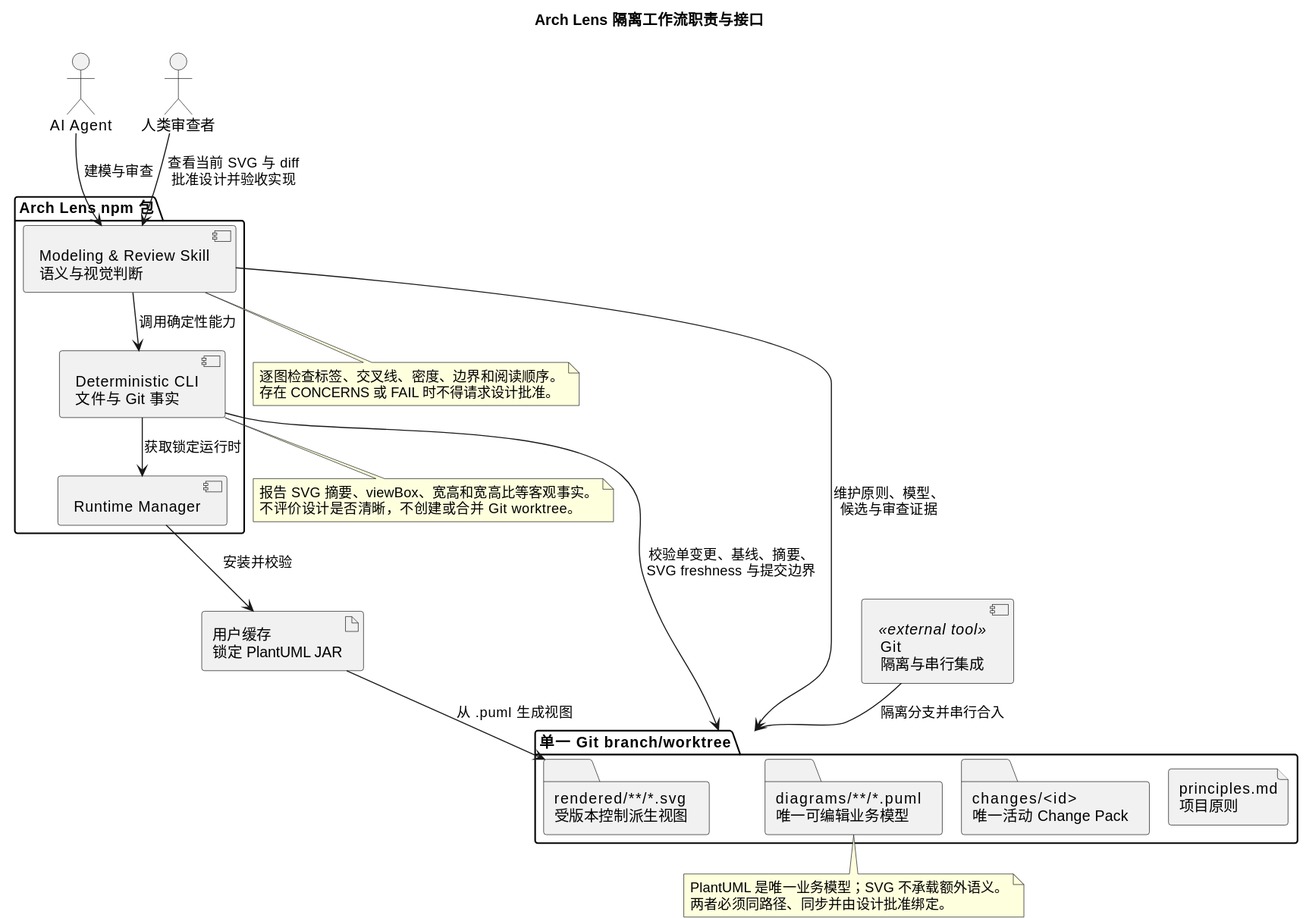
Above: .arch-lens/rendered/runtime-responsibilities.component.svg in spec-alchemy/arch-lens (PlantUML), before the change. Source of this version:
```plantuml
@startuml
title Arch Lens 隔离工作流职责与接口
!pragma layout smetana
top to bottom direction

actor "AI Agent" as Agent
actor "人类审查者" as Reviewer

package "Arch Lens npm 包" as Product {
  component "Modeling & Review Skill\n语义与视觉判断" as Skill
  component "Deterministic CLI\n文件与 Git 事实" as CLI
  component "Runtime Manager" as RuntimeManager
}

package "单一 Git branch/worktree" as Worktree {
  file "principles.md\n项目原则" as Principles
  folder "changes/<id>\n唯一活动 Change Pack" as Change
  folder "diagrams/**/*.puml\n唯一可编辑业务模型" as Diagrams
  folder "rendered/**/*.svg\n受版本控制派生视图" as SVG
}

component "Git\n隔离与串行集成" as Git <<external tool>>
artifact "用户缓存\n锁定 PlantUML JAR" as ManagedPlantUML

Agent --> Skill : 建模与审查
Reviewer --> Skill : 查看当前 SVG 与 diff\n批准设计并验收实现
Skill --> CLI : 调用确定性能力
CLI --> RuntimeManager : 获取锁定运行时
RuntimeManager --> ManagedPlantUML : 安装并校验

Skill --> Worktree : 维护原则、模型、\n候选与审查证据
CLI --> Worktree : 校验单变更、基线、摘要、\nSVG freshness 与提交边界
ManagedPlantUML --> SVG : 从 .puml 生成视图
Git --> Worktree : 隔离分支并串行合入

note bottom of Skill
  逐图检查标签、交叉线、密度、边界和阅读顺序。
  存在 CONCERNS 或 FAIL 时不得请求设计批准。
end note

note bottom of CLI
  报告 SVG 摘要、viewBox、宽高和宽高比等客观事实。
  不评价设计是否清晰，不创建或合并 Git worktree。
end note

note bottom of Diagrams
  PlantUML 是唯一业务模型；SVG 不承载额外语义。
  两者必须同路径、同步并由设计批准绑定。
end note
@enduml
```
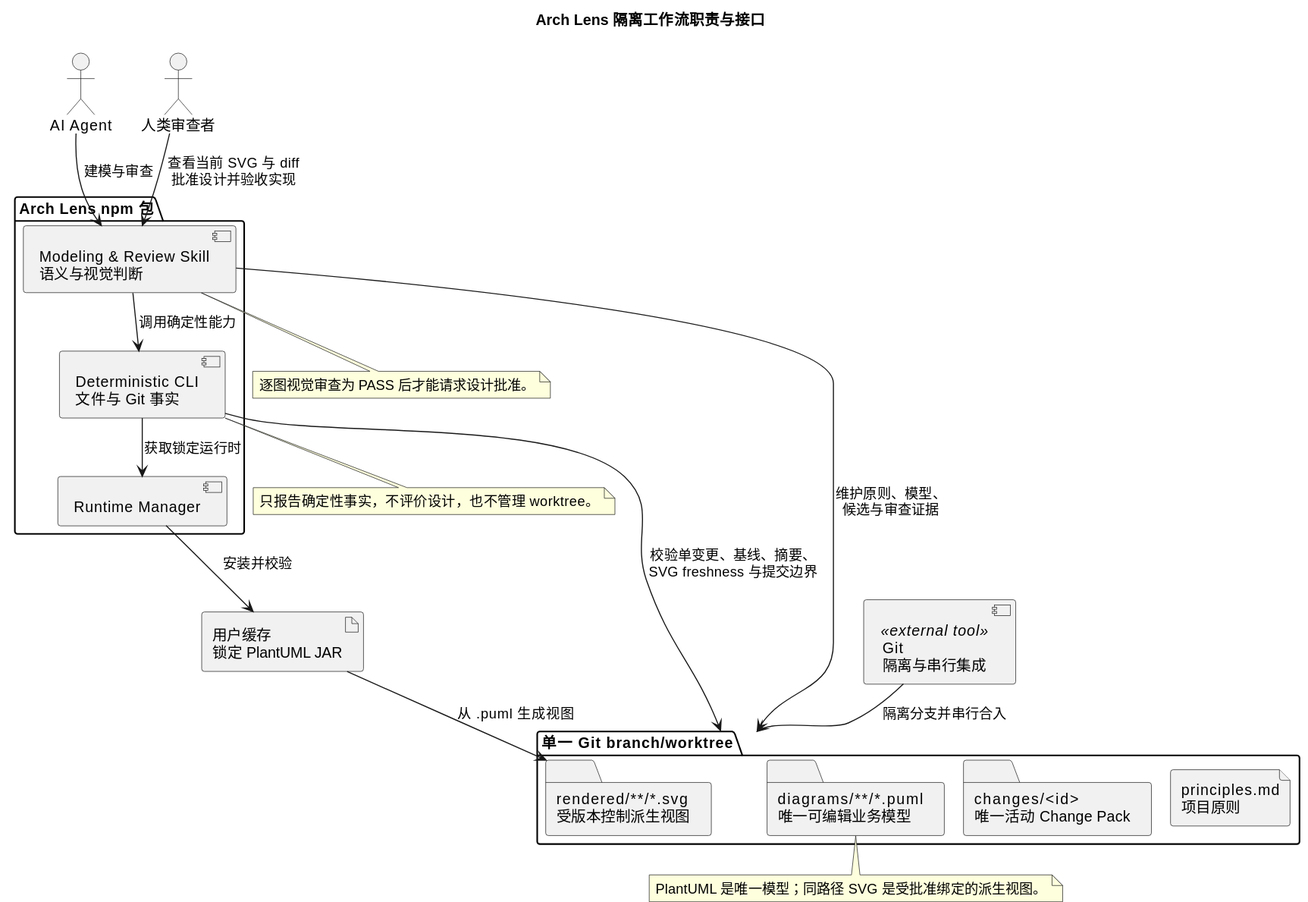
Above is the later version.

Commit message:
arch: tighten diagram note budgets

Change to the diagram source:
```diff
@@ -33,18 +33,7 @@
 ManagedPlantUML --> SVG : 从 .puml 生成视图
 Git --> Worktree : 隔离分支并串行合入
 
-note bottom of Skill
-  逐图检查标签、交叉线、密度、边界和阅读顺序。
-  存在 CONCERNS 或 FAIL 时不得请求设计批准。
-end note
-
-note bottom of CLI
-  报告 SVG 摘要、viewBox、宽高和宽高比等客观事实。
-  不评价设计是否清晰，不创建或合并 Git worktree。
-end note
-
-note bottom of Diagrams
-  PlantUML 是唯一业务模型；SVG 不承载额外语义。
-  两者必须同路径、同步并由设计批准绑定。
-end note
+note bottom of Skill: 逐图视觉审查为 PASS 后才能请求设计批准。
+note bottom of CLI: 只报告确定性事实，不评价设计，也不管理 worktree。
+note bottom of Diagrams: PlantUML 是唯一模型；同路径 SVG 是受批准绑定的派生视图。
 @enduml
```
